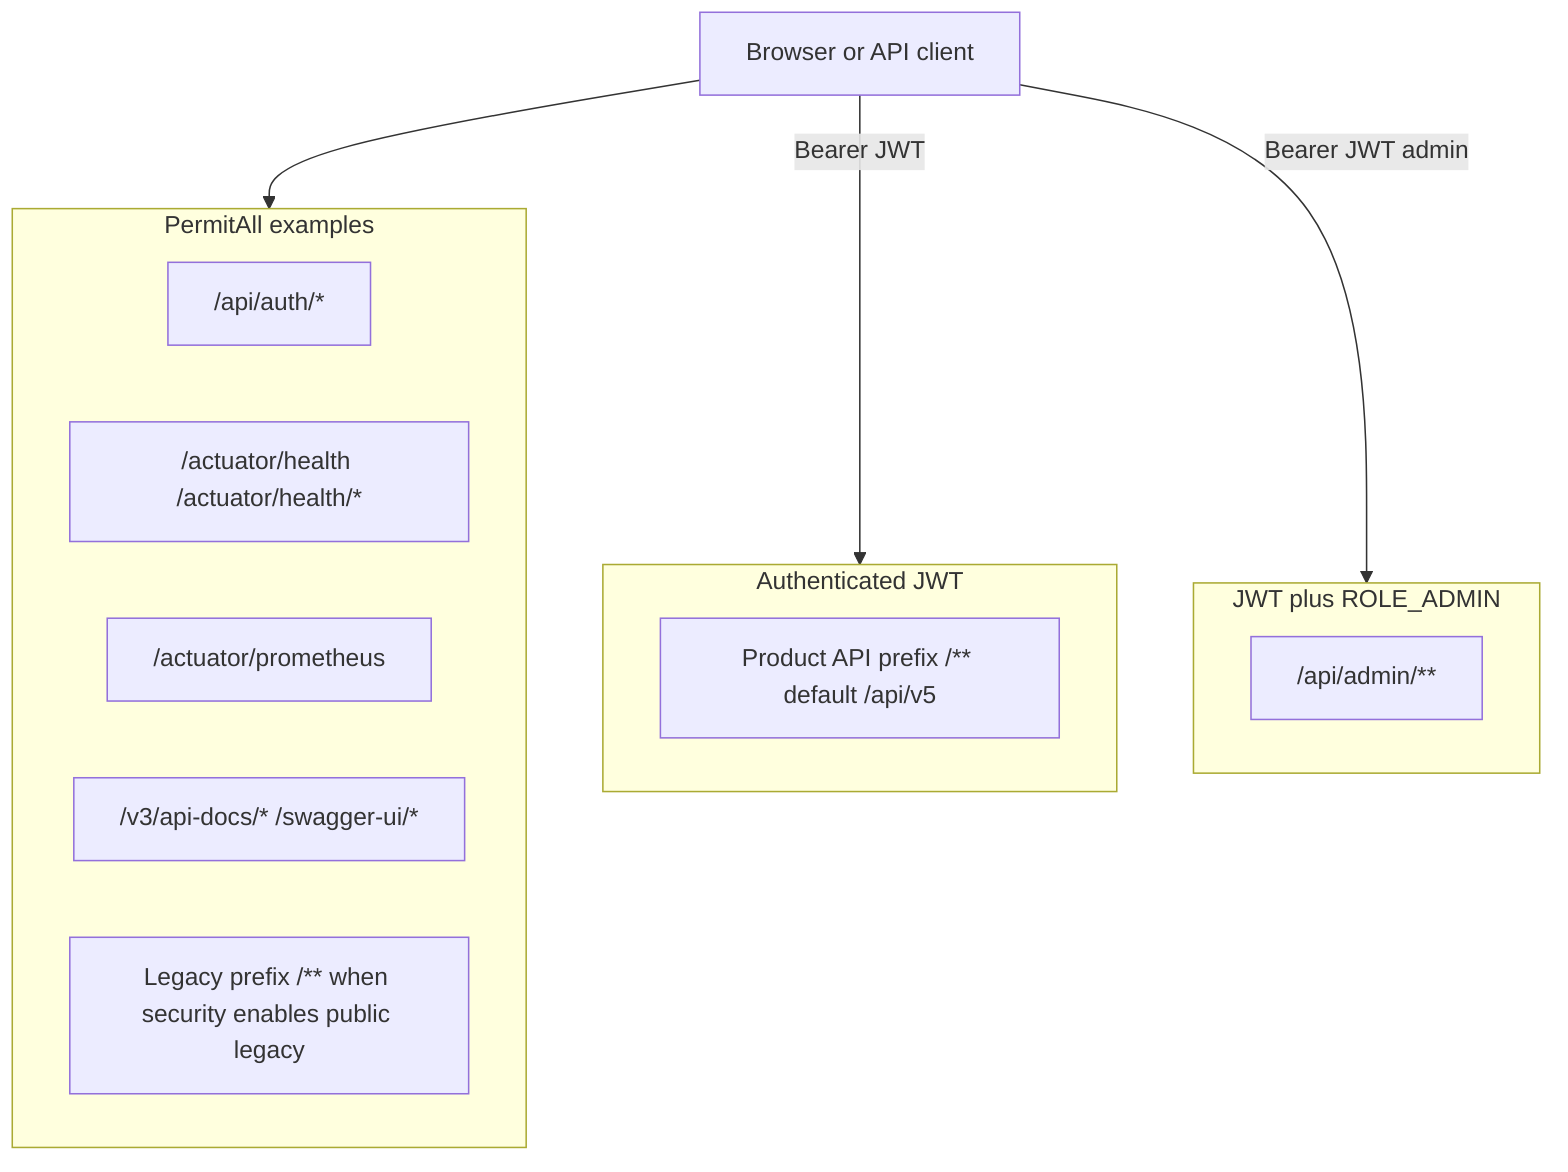
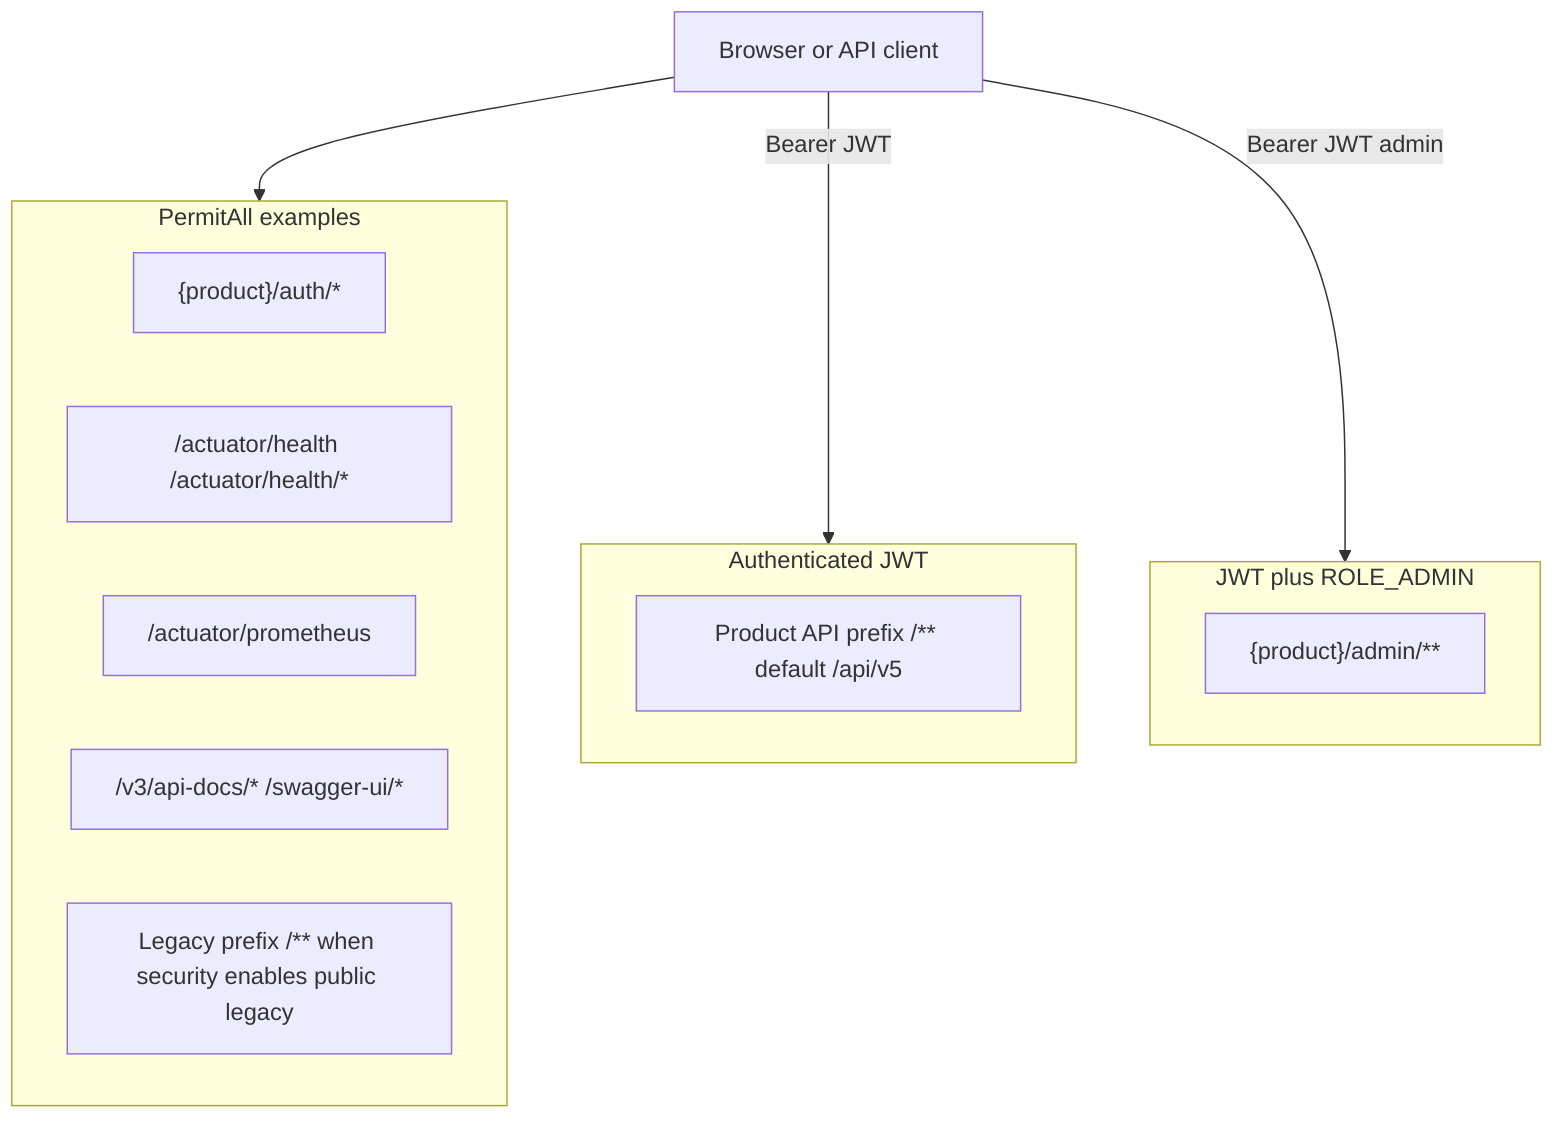
%% Indicative matchers — actual order and paths depend on Spring Security config
%% See rag-service README and application properties
flowchart TB
  subgraph public_paths [PermitAll examples]
-     A1["/api/auth/*"]
+     A1["{product}/auth/*"]
    A2["/actuator/health /actuator/health/*"]
    A3["/actuator/prometheus"]
    A4["/v3/api-docs/* /swagger-ui/*"]
    A5["Legacy prefix /** when security enables public legacy"]
  end
  subgraph jwt_paths [Authenticated JWT]
    P1["Product API prefix /** default /api/v5"]
  end
  subgraph admin_paths [JWT plus ROLE_ADMIN]
-     P2["/api/admin/**"]
+     P2["{product}/admin/**"]
  end
  Client[Browser or API client] --> public_paths
  Client -->|Bearer JWT| jwt_paths
  Client -->|Bearer JWT admin| admin_paths
